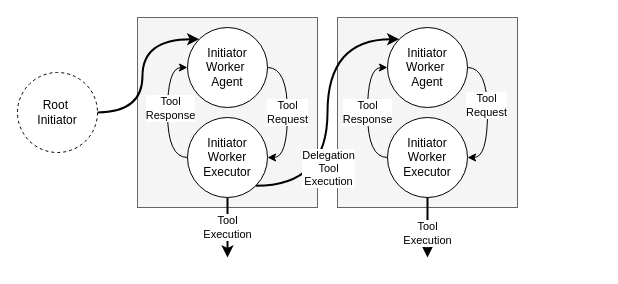
The draw.io diagram diagrams/autogen.drawio in KevReece/OrcAgent, before the edit. Source tidied: cells renumbered, new cells numbered last; positions are measured from the earlier drawing's top-left corner, leaving out a move shared by most shapes. Both pictures are drawn from the tidied source at 100%, with x=0, y=0 at pixel (17, 17).
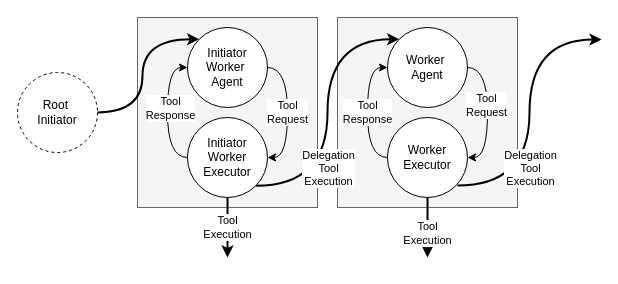
The same page after the edit.

What changed in the source:
```diff
@@
-    <mxCell id="14" value="Initiator&lt;div&gt;Worker&amp;nbsp;&lt;div&gt;Agent&lt;/div&gt;&lt;/div&gt;" style="ellipse;whiteSpace=wrap;html=1;" parent="1" vertex="1">
+    <mxCell id="14" value="&lt;div&gt;Worker&amp;nbsp;&lt;div&gt;Agent&lt;/div&gt;&lt;/div&gt;" style="ellipse;whiteSpace=wrap;html=1;" parent="1" vertex="1">
       <mxGeometry x="370" y="10" width="80" height="80" as="geometry" />
     </mxCell>
@@
-    <mxCell id="16" value="Initiator Worker Executor" style="ellipse;whiteSpace=wrap;html=1;" parent="1" vertex="1">
+    <mxCell id="16" value="Worker Executor" style="ellipse;whiteSpace=wrap;html=1;" parent="1" vertex="1">
       <mxGeometry x="370" y="100" width="80" height="80" as="geometry" />
     </mxCell>
@@
+    <mxCell id="20" style="edgeStyle=orthogonalEdgeStyle;rounded=0;orthogonalLoop=1;jettySize=auto;html=1;entryX=0;entryY=0;entryDx=0;entryDy=0;exitX=1;exitY=1;exitDx=0;exitDy=0;curved=1;strokeWidth=2;" parent="1" edge="1">
+      <mxGeometry relative="1" as="geometry">
+        <mxPoint x="440" y="168" as="sourcePoint" />
+        <mxPoint x="584" y="22" as="targetPoint" />
+        <Array as="points">
+          <mxPoint x="512" y="168" />
+          <mxPoint x="512" y="22" />
+        </Array>
+      </mxGeometry>
+    </mxCell>
+    <mxCell id="21" value="Delegation&lt;br&gt;Tool&lt;br&gt;Execution" style="edgeLabel;html=1;align=center;verticalAlign=middle;" parent="20" vertex="1">
+      <mxGeometry x="-0.77" y="6" relative="1" as="geometry">
+        <mxPoint x="39" y="-12" as="offset" />
+      </mxGeometry>
+    </mxCell>
```
